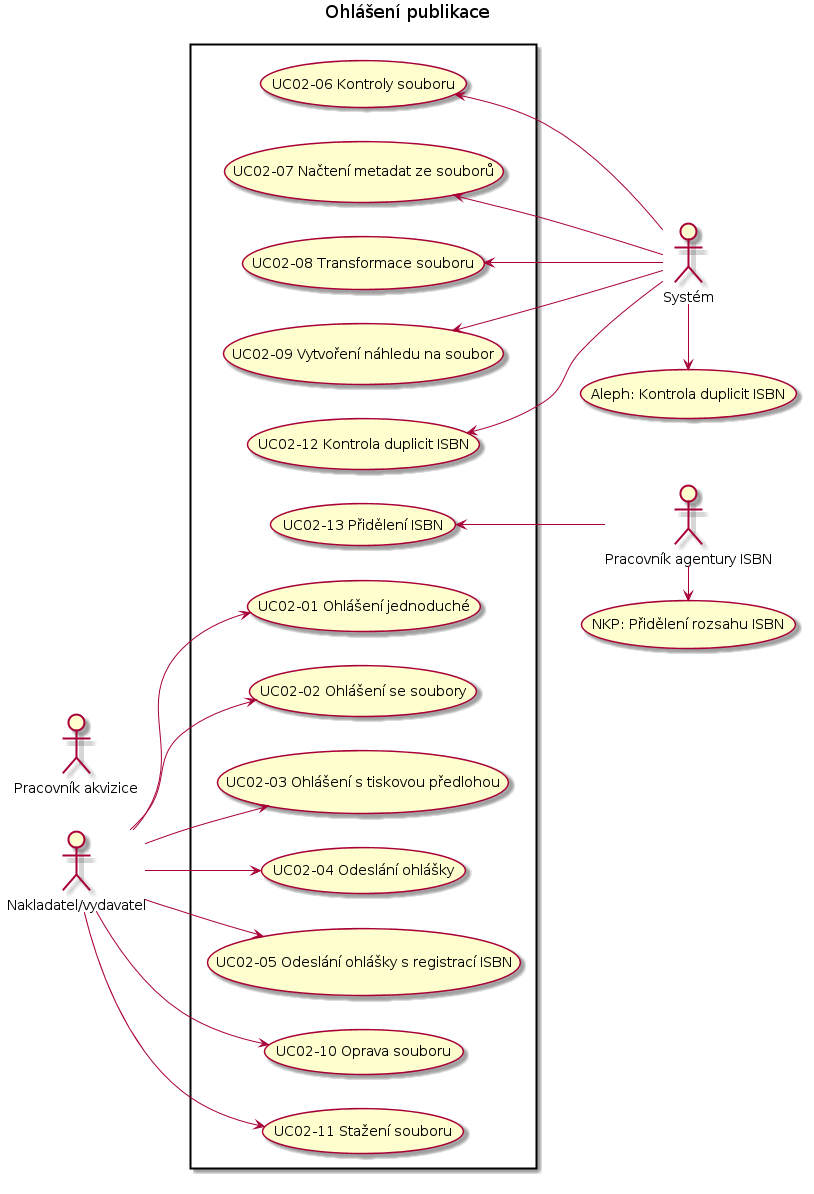
edeposit/edeposit.policy keeps this PlantUML diagram as docs/uc02.png. Above is the earlier version.
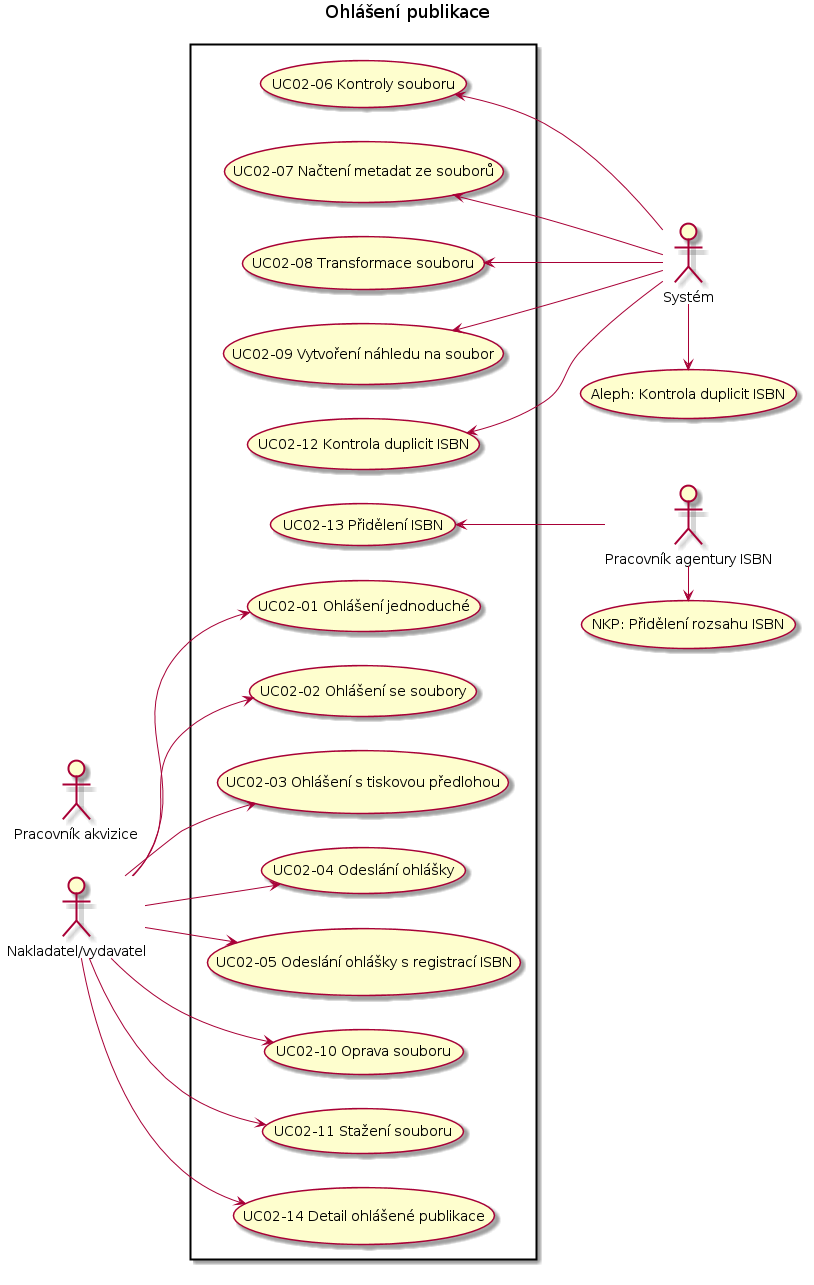
After the change.

Diff of the diagram source:
```diff
@@ -25,6 +25,7 @@
 	   :nakl: --> (UC02-11 Sta?ení souboru)
 	   :sys: -left-> (UC02-12 Kontrola duplicit ISBN)
 	   :isbn: -left-> (UC02-13 P?id?lení ISBN)
+	   :nakl: --> (UC02-14 Detail ohlá?ené publikace)
 }
 
 @enduml
```
